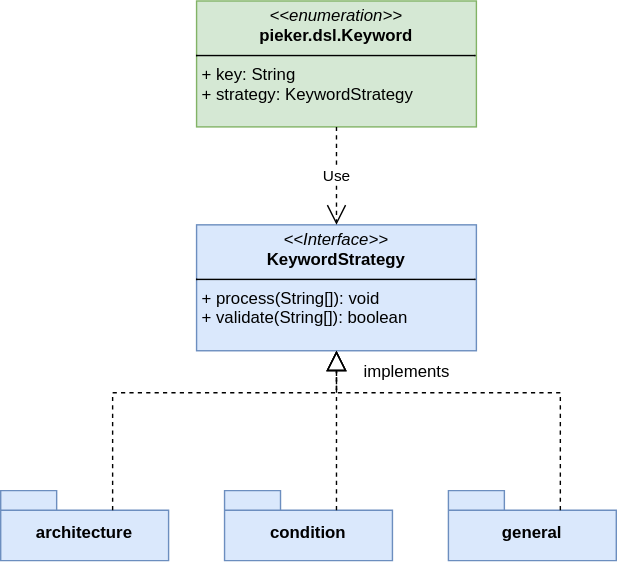
This is dsl/doc/images/classdiagram-strategy.svg from PIEKER/Pieker, a draw.io export, as it was before one commit. Source tidied: cells renumbered, new cells last; positions are measured from the earlier drawing's top-left corner, leaving out a move shared by most shapes.
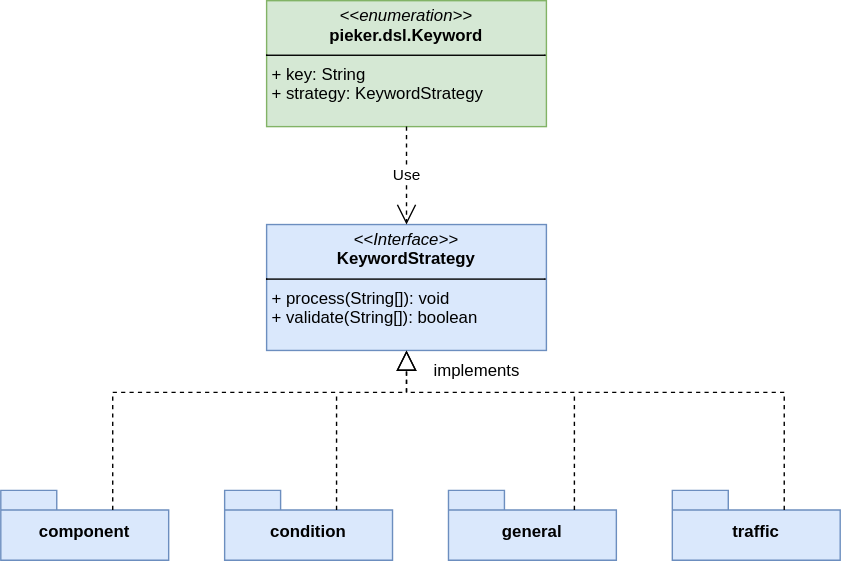
Later version of the same file.

Change to the diagram source:
```diff
@@ -5,39 +5,23 @@
     <mxCell id="2" value="&lt;p style=&quot;margin:0px;margin-top:4px;text-align:center;&quot;&gt;&lt;i&gt;&amp;lt;&amp;lt;Interface&amp;gt;&amp;gt;&lt;/i&gt;&lt;br&gt;&lt;b&gt;KeywordStrategy&lt;/b&gt;&lt;/p&gt;&lt;hr size=&quot;1&quot; style=&quot;border-style:solid;&quot;&gt;&lt;p style=&quot;margin:0px;margin-left:4px;&quot;&gt;+ process(String[]): void&lt;br&gt;+ validate(&lt;span style=&quot;background-color: initial;&quot;&gt;String[]&lt;/span&gt;&lt;span style=&quot;background-color: initial;&quot;&gt;): boolean&lt;/span&gt;&lt;/p&gt;" style="verticalAlign=top;align=left;overflow=fill;html=1;whiteSpace=wrap;fillColor=#dae8fc;strokeColor=#6c8ebf;" parent="1" vertex="1">
       <mxGeometry x="140" y="160" width="200" height="90" as="geometry" />
     </mxCell>
-    <mxCell id="3" value="architecture" style="shape=folder;fontStyle=1;spacingTop=10;tabWidth=40;tabHeight=14;tabPosition=left;html=1;whiteSpace=wrap;fillColor=#dae8fc;strokeColor=#6c8ebf;" parent="1" vertex="1">
-      <mxGeometry y="350" width="120" height="50" as="geometry" />
+    <mxCell id="3" value="component" style="shape=folder;fontStyle=1;spacingTop=10;tabWidth=40;tabHeight=14;tabPosition=left;html=1;whiteSpace=wrap;fillColor=#dae8fc;strokeColor=#6c8ebf;" parent="1" vertex="1">
+      <mxGeometry x="-50" y="350" width="120" height="50" as="geometry" />
     </mxCell>
     <mxCell id="4" value="condition" style="shape=folder;fontStyle=1;spacingTop=10;tabWidth=40;tabHeight=14;tabPosition=left;html=1;whiteSpace=wrap;fillColor=#dae8fc;strokeColor=#6c8ebf;" parent="1" vertex="1">
-      <mxGeometry x="160" y="350" width="120" height="50" as="geometry" />
+      <mxGeometry x="110" y="350" width="120" height="50" as="geometry" />
     </mxCell>
     <mxCell id="5" value="general" style="shape=folder;fontStyle=1;spacingTop=10;tabWidth=40;tabHeight=14;tabPosition=left;html=1;whiteSpace=wrap;fillColor=#dae8fc;strokeColor=#6c8ebf;" parent="1" vertex="1">
-      <mxGeometry x="320" y="350" width="120" height="50" as="geometry" />
+      <mxGeometry x="270" y="350" width="120" height="50" as="geometry" />
     </mxCell>
     <mxCell id="6" style="endArrow=block;dashed=1;endFill=0;endSize=12;html=1;rounded=0;exitX=0;exitY=0;exitDx=80;exitDy=14;exitPerimeter=0;entryX=0.5;entryY=1;entryDx=0;entryDy=0;" parent="1" edge="1" source="3" target="2">
       <mxGeometry relative="1" as="geometry">
         <Array as="points">
-          <mxPoint x="80" y="280" />
+          <mxPoint x="30" y="280" />
           <mxPoint x="240" y="280" />
         </Array>
       </mxGeometry>
     </mxCell>
-    <mxCell id="7" style="endArrow=block;dashed=1;endFill=0;endSize=12;html=1;rounded=0;exitX=0;exitY=0;exitDx=80;exitDy=14;exitPerimeter=0;entryX=0.5;entryY=1;entryDx=0;entryDy=0;" parent="1" edge="1" source="4" target="2">
-      <mxGeometry relative="1" as="geometry">
-        <Array as="points">
-          <mxPoint x="240" y="280" />
-        </Array>
-      </mxGeometry>
-    </mxCell>
-    <mxCell id="8" style="endArrow=block;dashed=1;endFill=0;endSize=12;html=1;rounded=0;exitX=0;exitY=0;exitDx=80;exitDy=14;exitPerimeter=0;" parent="1" edge="1" source="5">
-      <mxGeometry relative="1" as="geometry">
-        <mxPoint x="240" y="250" as="targetPoint" />
-        <Array as="points">
-          <mxPoint x="400" y="280" />
-          <mxPoint x="240" y="280" />
-        </Array>
-      </mxGeometry>
-    </mxCell>
     <mxCell id="9" value="implements" style="text;html=1;align=center;verticalAlign=middle;strokeColor=none;fillColor=none;" parent="1" vertex="1">
       <mxGeometry x="250" y="250" width="80" height="30" as="geometry" />
     </mxCell>
@@ -47,5 +31,28 @@
     <mxCell id="11" value="Use" style="endArrow=open;endSize=12;dashed=1;html=1;rounded=0;exitX=0.5;exitY=1;exitDx=0;exitDy=0;entryX=0.5;entryY=0;entryDx=0;entryDy=0;" parent="1" edge="1" source="10" target="2">
       <mxGeometry relative="1" as="geometry" />
     </mxCell>
+    <mxCell id="12" value="traffic" style="shape=folder;fontStyle=1;spacingTop=10;tabWidth=40;tabHeight=14;tabPosition=left;html=1;whiteSpace=wrap;fillColor=#dae8fc;strokeColor=#6c8ebf;" parent="1" vertex="1">
+      <mxGeometry x="430" y="350" width="120" height="50" as="geometry" />
+    </mxCell>
+    <mxCell id="13" style="endArrow=block;dashed=1;endFill=0;endSize=12;html=1;rounded=0;exitX=0;exitY=0;exitDx=80;exitDy=14;exitPerimeter=0;" parent="1" edge="1" source="12">
+      <mxGeometry relative="1" as="geometry">
+        <mxPoint x="240" y="250" as="targetPoint" />
+        <Array as="points">
+          <mxPoint x="510" y="280" />
+          <mxPoint x="240" y="280" />
+        </Array>
+      </mxGeometry>
+    </mxCell>
+    <mxCell id="14" style="endArrow=none;html=1;rounded=0;exitX=0;exitY=0;exitDx=80;exitDy=14;exitPerimeter=0;dashed=1;" parent="1" edge="1" source="4">
+      <mxGeometry relative="1" as="geometry">
+        <mxPoint x="190" y="280" as="targetPoint" />
+      </mxGeometry>
+    </mxCell>
+    <mxCell id="15" style="endArrow=none;html=1;rounded=0;exitX=0;exitY=0;exitDx=80;exitDy=14;exitPerimeter=0;dashed=1;" parent="1" edge="1">
+      <mxGeometry relative="1" as="geometry">
+        <mxPoint x="360" y="364" as="sourcePoint" />
+        <mxPoint x="360" y="280" as="targetPoint" />
+      </mxGeometry>
+    </mxCell>
   </root>
 </mxGraphModel>
```
